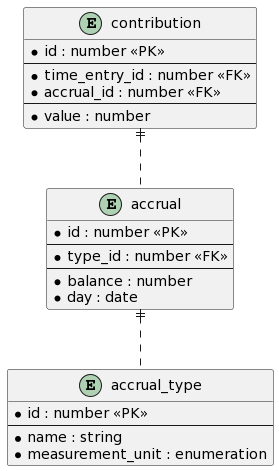
Before: docs/containers/rest-api/images/storage-model.png, a diagram exported from PlantUML (UKHomeOffice/callisto-accruals-restapi). The source it was exported from:
```plantuml
@startuml
entity accrual {
  * id : number <<PK>>
  --
  * type_id : number <<FK>>
  --
  * balance : number
  * day : date
}

entity contribution {
  * id : number <<PK>>
  --
  * time_entry_id : number <<FK>>
  * accrual_id : number <<FK>>
  --
  * value : number
}

entity accrual_type {
  * id : number <<PK>>
  --
  * name : string
  * measurement_unit : enumeration
}
accrual ||.. accrual_type
contribution ||.. accrual
@enduml
```
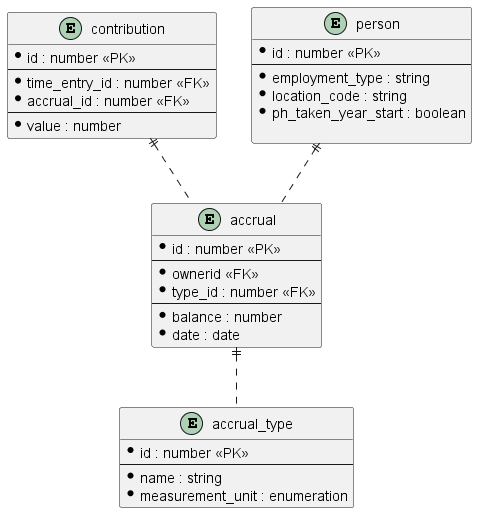
The same diagram one commit later.

Diff of the diagram source:
```diff
@@ -1,11 +1,14 @@
 @startuml
+
+
 entity accrual {
   * id : number <<PK>>
   --
+  * ownerid << FK >>
   * type_id : number <<FK>>
   --
   * balance : number
-  * day : date
+  * date : date
 }
 
 entity contribution {
@@ -23,6 +26,19 @@
   * name : string
   * measurement_unit : enumeration
 }
+
 accrual ||.. accrual_type
 contribution ||.. accrual
+
+entity person {
+  * id : number <<PK>>
+  --
+  * employment_type : string
+  * location_code : string
+  * ph_taken_year_start : boolean
+
+}
+
+person ||.. accrual
+
 @enduml
```
